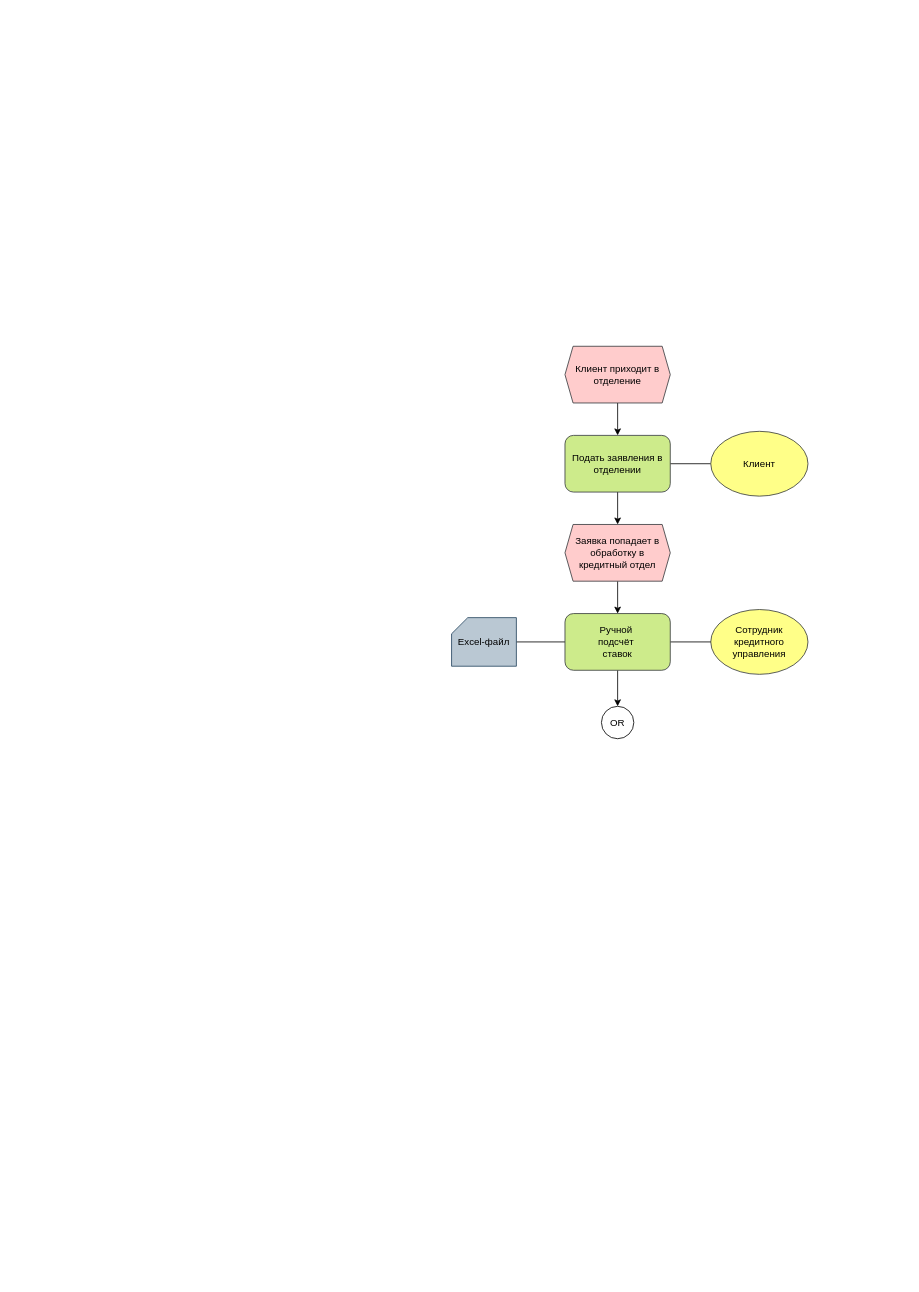
Above: page "Процесс депозита" (2 of 3) of it_land_map.drawio in MorKaragh/drawings (draw.io), before the change. Source tidied: cells renumbered, new cells numbered last; positions are measured from the earlier drawing's top-left corner, leaving out a move shared by most shapes. Both pictures are drawn from the tidied source at 81%, with x=0, y=0 at pixel (451, 346).
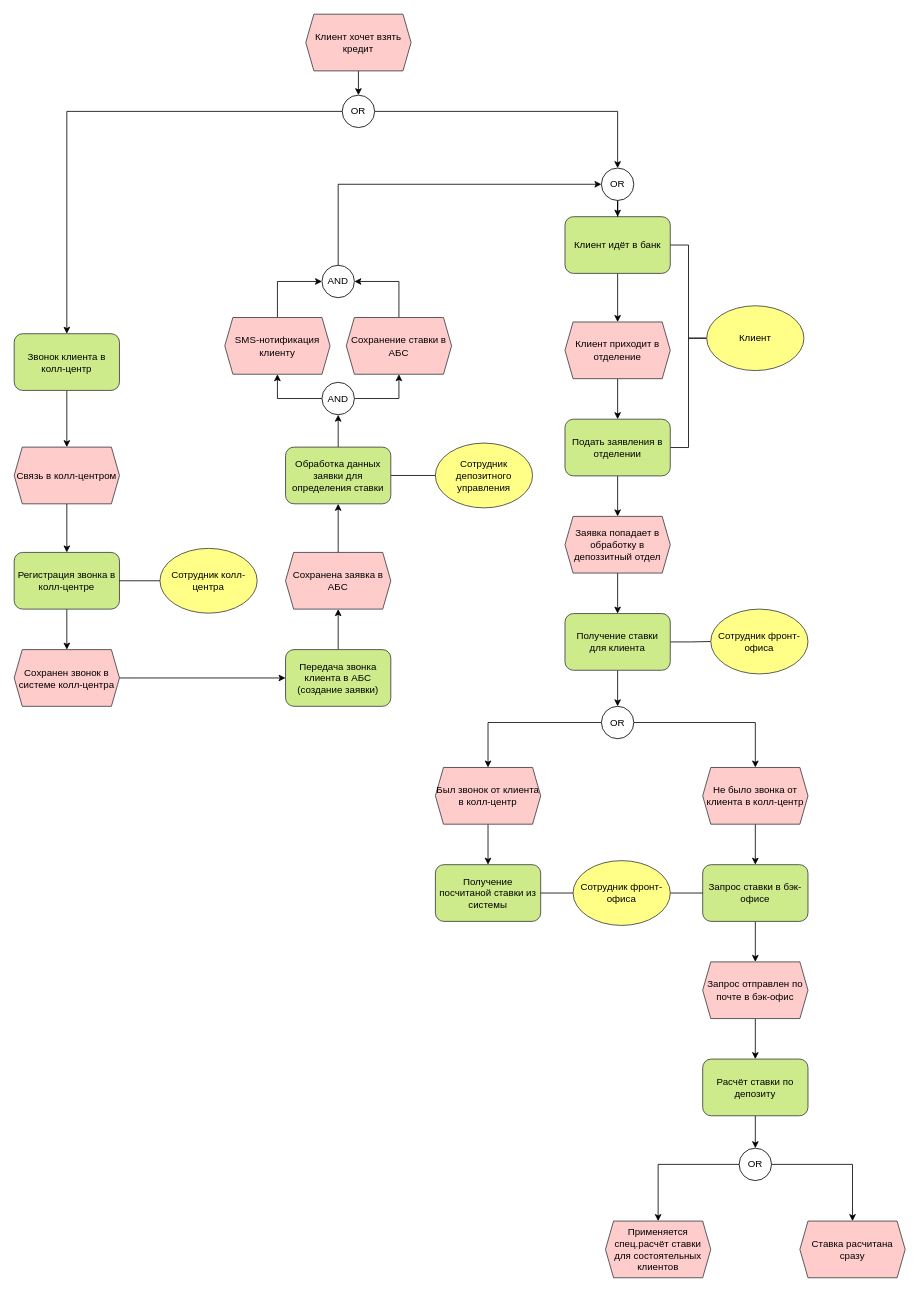
The same page after the edit.

The change refers to these unchanged cells:
```xml
<mxCell id="16" value="OR" style="ellipse;whiteSpace=wrap;html=1;" parent="1" vertex="1">
  <mxGeometry x="185" y="444.5" width="40" height="40" as="geometry" />
</mxCell>
```

Change to the diagram source:
```diff
@@
-    <mxCell id="3" style="edgeStyle=orthogonalEdgeStyle;rounded=0;jettySize=auto;html=1;endArrow=none;startFill=0;" parent="1" edge="1" source="4" target="5">
+    <mxCell id="3" style="edgeStyle=orthogonalEdgeStyle;rounded=0;jettySize=auto;html=1;endArrow=none;startFill=0;entryX=0;entryY=0.5;entryDx=0;entryDy=0;" parent="1" edge="1" source="4" target="5">
       <mxGeometry relative="1" as="geometry" />
     </mxCell>
     <mxCell id="4" value="Подать заявления в отделении" style="rounded=1;whiteSpace=wrap;html=1;fillColor=#cdeb8b;strokeColor=#36393d;" parent="1" vertex="1">
-      <mxGeometry x="140" y="110" width="130" height="70" as="geometry" />
+      <mxGeometry x="140" y="90" width="130" height="70" as="geometry" />
     </mxCell>
+    <mxCell id="17" style="edgeStyle=orthogonalEdgeStyle;rounded=0;jettySize=auto;html=1;exitX=0;exitY=0.5;exitDx=0;exitDy=0;entryX=1;entryY=0.5;entryDx=0;entryDy=0;endArrow=none;startFill=0;" parent="1" edge="1" source="5" target="33">
+      <mxGeometry relative="1" as="geometry" />
+    </mxCell>
     <mxCell id="5" value="Клиент" style="ellipse;whiteSpace=wrap;html=1;fillColor=#ffff88;strokeColor=#36393d;" parent="1" vertex="1">
-      <mxGeometry x="320" y="105" width="120" height="80" as="geometry" />
+      <mxGeometry x="315" y="-50" width="120" height="80" as="geometry" />
     </mxCell>
@@
     <mxCell id="7" value="Клиент приходит в отделение" style="shape=hexagon;perimeter=hexagonPerimeter2;whiteSpace=wrap;html=1;fixedSize=1;size=10;fillColor=#ffcccc;strokeColor=#36393d;" parent="1" vertex="1">
-      <mxGeometry x="140" width="130" height="70" as="geometry" />
+      <mxGeometry x="140" y="-30" width="130" height="70" as="geometry" />
     </mxCell>
-    <mxCell id="8" value="Сотрудник кредитного управления" style="ellipse;whiteSpace=wrap;html=1;fillColor=#ffff88;strokeColor=#36393d;" parent="1" vertex="1">
-      <mxGeometry x="320" y="325" width="120" height="80" as="geometry" />
+    <mxCell id="8" value="Сотрудник депозитного управления" style="ellipse;whiteSpace=wrap;html=1;fillColor=#ffff88;strokeColor=#36393d;" parent="1" vertex="1">
+      <mxGeometry x="-20" y="119.5" width="120" height="80" as="geometry" />
     </mxCell>
-    <mxCell id="9" style="edgeStyle=orthogonalEdgeStyle;rounded=0;jettySize=auto;html=1;" parent="1" edge="1" source="10" target="14">
+    <mxCell id="9" style="edgeStyle=orthogonalEdgeStyle;rounded=0;jettySize=auto;html=1;entryX=0.5;entryY=0;entryDx=0;entryDy=0;" parent="1" edge="1" source="10" target="14">
       <mxGeometry relative="1" as="geometry" />
     </mxCell>
-    <mxCell id="10" value="Заявка попадает в обработку в кредитный отдел" style="shape=hexagon;perimeter=hexagonPerimeter2;whiteSpace=wrap;html=1;fixedSize=1;size=10;fillColor=#ffcccc;strokeColor=#36393d;" parent="1" vertex="1">
-      <mxGeometry x="140" y="220" width="130" height="70" as="geometry" />
+    <mxCell id="10" value="Заявка попадает в обработку в депоззитный отдел" style="shape=hexagon;perimeter=hexagonPerimeter2;whiteSpace=wrap;html=1;fixedSize=1;size=10;fillColor=#ffcccc;strokeColor=#36393d;" parent="1" vertex="1">
+      <mxGeometry x="140" y="210" width="130" height="70" as="geometry" />
     </mxCell>
-    <mxCell id="11" style="edgeStyle=orthogonalEdgeStyle;rounded=0;jettySize=auto;html=1;exitX=1;exitY=0.5;exitDx=0;exitDy=0;entryX=0;entryY=0.5;entryDx=0;entryDy=0;endArrow=none;endFill=0;" parent="1" edge="1" source="14" target="8">
+    <mxCell id="11" style="edgeStyle=orthogonalEdgeStyle;rounded=0;jettySize=auto;html=1;entryX=0;entryY=0.5;entryDx=0;entryDy=0;endArrow=none;endFill=0;exitX=1;exitY=0.5;exitDx=0;exitDy=0;" parent="1" edge="1" source="48" target="8">
       <mxGeometry relative="1" as="geometry" />
     </mxCell>
-    <mxCell id="12" style="edgeStyle=orthogonalEdgeStyle;rounded=0;jettySize=auto;html=1;endArrow=none;startFill=0;entryX=1;entryY=0.5;entryDx=0;entryDy=0;entryPerimeter=0;" parent="1" edge="1" source="14" target="15">
-      <mxGeometry relative="1" as="geometry" />
-    </mxCell>
@@
+    <mxCell id="18" style="edgeStyle=orthogonalEdgeStyle;rounded=0;jettySize=auto;html=1;exitX=1;exitY=0.5;exitDx=0;exitDy=0;entryX=0;entryY=0.5;entryDx=0;entryDy=0;endArrow=none;startFill=0;" parent="1" edge="1" source="14" target="74">
+      <mxGeometry relative="1" as="geometry" />
+    </mxCell>
-    <mxCell id="14" value="Ручной&amp;nbsp;&lt;div&gt;подсчёт&amp;nbsp;&lt;div&gt;ставок&lt;/div&gt;&lt;/div&gt;" style="rounded=1;whiteSpace=wrap;html=1;fillColor=#cdeb8b;strokeColor=#36393d;" parent="1" vertex="1">
+    <mxCell id="14" value="Получение ставки&lt;div&gt;для клиента&lt;/div&gt;" style="rounded=1;whiteSpace=wrap;html=1;fillColor=#cdeb8b;strokeColor=#36393d;" parent="1" vertex="1">
       <mxGeometry x="140" y="330" width="130" height="70" as="geometry" />
     </mxCell>
-    <mxCell id="15" value="Excel-файл" style="shape=card;whiteSpace=wrap;html=1;size=20;strokeColor=#23445d;align=center;verticalAlign=middle;fontFamily=Helvetica;fontSize=12;fontColor=default;fillColor=#bac8d3;" parent="1" vertex="1">
-      <mxGeometry y="335" width="80" height="60" as="geometry" />
-    </mxCell>
+    <mxCell id="19" style="edgeStyle=orthogonalEdgeStyle;rounded=0;jettySize=auto;html=1;exitX=0;exitY=0.5;exitDx=0;exitDy=0;entryX=0.5;entryY=0;entryDx=0;entryDy=0;" parent="1" edge="1" source="16" target="22">
+      <mxGeometry relative="1" as="geometry" />
+    </mxCell>
+    <mxCell id="20" style="edgeStyle=orthogonalEdgeStyle;rounded=0;jettySize=auto;html=1;exitX=1;exitY=0.5;exitDx=0;exitDy=0;entryX=0.5;entryY=0;entryDx=0;entryDy=0;" parent="1" edge="1" source="16" target="24">
+      <mxGeometry relative="1" as="geometry" />
+    </mxCell>
@@
+    <mxCell id="21" style="edgeStyle=orthogonalEdgeStyle;rounded=0;jettySize=auto;html=1;exitX=0.5;exitY=1;exitDx=0;exitDy=0;entryX=0.5;entryY=0;entryDx=0;entryDy=0;" parent="1" edge="1" source="22" target="25">
+      <mxGeometry relative="1" as="geometry" />
+    </mxCell>
+    <mxCell id="22" value="Был звонок от клиента в колл-центр" style="shape=hexagon;perimeter=hexagonPerimeter2;whiteSpace=wrap;html=1;fixedSize=1;size=10;fillColor=#ffcccc;strokeColor=#36393d;" parent="1" vertex="1">
+      <mxGeometry x="-20" y="520" width="130" height="70" as="geometry" />
+    </mxCell>
+    <mxCell id="23" style="edgeStyle=orthogonalEdgeStyle;rounded=0;jettySize=auto;html=1;exitX=0.5;exitY=1;exitDx=0;exitDy=0;entryX=0.5;entryY=0;entryDx=0;entryDy=0;" parent="1" edge="1" source="24" target="27">
+      <mxGeometry relative="1" as="geometry" />
+    </mxCell>
+    <mxCell id="24" value="Не было звонка от клиента в колл-центр" style="shape=hexagon;perimeter=hexagonPerimeter2;whiteSpace=wrap;html=1;fixedSize=1;size=10;fillColor=#ffcccc;strokeColor=#36393d;" parent="1" vertex="1">
+      <mxGeometry x="310" y="520" width="130" height="70" as="geometry" />
+    </mxCell>
+    <mxCell id="25" value="Получение посчитаной ставки из системы" style="rounded=1;whiteSpace=wrap;html=1;fillColor=#cdeb8b;strokeColor=#36393d;" parent="1" vertex="1">
+      <mxGeometry x="-20" y="640" width="130" height="70" as="geometry" />
+    </mxCell>
+    <mxCell id="26" style="edgeStyle=orthogonalEdgeStyle;rounded=0;jettySize=auto;html=1;" parent="1" edge="1" source="27" target="63">
+      <mxGeometry relative="1" as="geometry" />
+    </mxCell>
+    <mxCell id="27" value="Запрос ставки в бэк-офисе" style="rounded=1;whiteSpace=wrap;html=1;fillColor=#cdeb8b;strokeColor=#36393d;" parent="1" vertex="1">
+      <mxGeometry x="310" y="640" width="130" height="70" as="geometry" />
+    </mxCell>
+    <mxCell id="28" style="edgeStyle=orthogonalEdgeStyle;rounded=0;jettySize=auto;html=1;exitX=0.5;exitY=1;exitDx=0;exitDy=0;entryX=0.5;entryY=0;entryDx=0;entryDy=0;" parent="1" edge="1" source="29" target="36">
+      <mxGeometry relative="1" as="geometry" />
+    </mxCell>
+    <mxCell id="29" value="Клиент хочет взять кредит" style="shape=hexagon;perimeter=hexagonPerimeter2;whiteSpace=wrap;html=1;fixedSize=1;size=10;fillColor=#ffcccc;strokeColor=#36393d;" parent="1" vertex="1">
+      <mxGeometry x="-180" y="-410" width="130" height="70" as="geometry" />
+    </mxCell>
+    <mxCell id="30" style="edgeStyle=orthogonalEdgeStyle;rounded=0;jettySize=auto;html=1;" parent="1" edge="1" source="31" target="38">
+      <mxGeometry relative="1" as="geometry" />
+    </mxCell>
+    <mxCell id="31" value="Звонок клиента в колл-центр" style="rounded=1;whiteSpace=wrap;html=1;fillColor=#cdeb8b;strokeColor=#36393d;" parent="1" vertex="1">
+      <mxGeometry x="-540" y="-15.5" width="130" height="70" as="geometry" />
+    </mxCell>
+    <mxCell id="32" style="edgeStyle=orthogonalEdgeStyle;rounded=0;jettySize=auto;html=1;exitX=0.5;exitY=1;exitDx=0;exitDy=0;" parent="1" edge="1" source="33" target="7">
+      <mxGeometry relative="1" as="geometry" />
+    </mxCell>
+    <mxCell id="33" value="Клиент идёт в банк" style="rounded=1;whiteSpace=wrap;html=1;fillColor=#cdeb8b;strokeColor=#36393d;" parent="1" vertex="1">
+      <mxGeometry x="140" y="-160" width="130" height="70" as="geometry" />
+    </mxCell>
+    <mxCell id="34" style="edgeStyle=orthogonalEdgeStyle;rounded=0;jettySize=auto;html=1;exitX=0;exitY=0.5;exitDx=0;exitDy=0;entryX=0.5;entryY=0;entryDx=0;entryDy=0;" parent="1" edge="1" source="36" target="31">
+      <mxGeometry relative="1" as="geometry" />
+    </mxCell>
+    <mxCell id="35" style="edgeStyle=orthogonalEdgeStyle;rounded=0;jettySize=auto;html=1;exitX=1;exitY=0.5;exitDx=0;exitDy=0;entryX=0.5;entryY=0;entryDx=0;entryDy=0;" parent="1" edge="1" source="36" target="44">
+      <mxGeometry relative="1" as="geometry" />
+    </mxCell>
+    <mxCell id="36" value="OR" style="ellipse;whiteSpace=wrap;html=1;" parent="1" vertex="1">
+      <mxGeometry x="-135" y="-310" width="40" height="40" as="geometry" />
+    </mxCell>
+    <mxCell id="37" style="edgeStyle=orthogonalEdgeStyle;rounded=0;jettySize=auto;html=1;" parent="1" edge="1" source="38" target="40">
+      <mxGeometry relative="1" as="geometry" />
+    </mxCell>
+    <mxCell id="38" value="Связь в колл-центром" style="shape=hexagon;perimeter=hexagonPerimeter2;whiteSpace=wrap;html=1;fixedSize=1;size=10;fillColor=#ffcccc;strokeColor=#36393d;" parent="1" vertex="1">
+      <mxGeometry x="-540" y="124.5" width="130" height="70" as="geometry" />
+    </mxCell>
+    <mxCell id="39" style="edgeStyle=orthogonalEdgeStyle;rounded=0;jettySize=auto;html=1;" parent="1" edge="1" source="40" target="42">
+      <mxGeometry relative="1" as="geometry" />
+    </mxCell>
+    <mxCell id="40" value="Регистрация звонка в колл-центре" style="rounded=1;whiteSpace=wrap;html=1;fillColor=#cdeb8b;strokeColor=#36393d;" parent="1" vertex="1">
+      <mxGeometry x="-540" y="254.5" width="130" height="70" as="geometry" />
+    </mxCell>
+    <mxCell id="41" style="edgeStyle=orthogonalEdgeStyle;rounded=0;jettySize=auto;html=1;" parent="1" edge="1" source="42" target="46">
+      <mxGeometry relative="1" as="geometry" />
+    </mxCell>
+    <mxCell id="42" value="Сохранен звонок в системе колл-центра" style="shape=hexagon;perimeter=hexagonPerimeter2;whiteSpace=wrap;html=1;fixedSize=1;size=10;fillColor=#ffcccc;strokeColor=#36393d;" parent="1" vertex="1">
+      <mxGeometry x="-540" y="374.5" width="130" height="70" as="geometry" />
+    </mxCell>
+    <mxCell id="43" style="edgeStyle=orthogonalEdgeStyle;rounded=0;jettySize=auto;html=1;" parent="1" edge="1" source="44" target="33">
+      <mxGeometry relative="1" as="geometry" />
+    </mxCell>
+    <mxCell id="44" value="OR" style="ellipse;whiteSpace=wrap;html=1;" parent="1" vertex="1">
+      <mxGeometry x="185" y="-220" width="40" height="40" as="geometry" />
+    </mxCell>
+    <mxCell id="45" style="edgeStyle=orthogonalEdgeStyle;rounded=0;jettySize=auto;html=1;" parent="1" edge="1" source="46" target="50">
+      <mxGeometry relative="1" as="geometry" />
+    </mxCell>
+    <mxCell id="46" value="Передача звонка клиента в АБС (создание заявки)" style="rounded=1;whiteSpace=wrap;html=1;fillColor=#cdeb8b;strokeColor=#36393d;" parent="1" vertex="1">
+      <mxGeometry x="-205" y="374.5" width="130" height="70" as="geometry" />
+    </mxCell>
+    <mxCell id="47" style="edgeStyle=orthogonalEdgeStyle;rounded=0;jettySize=auto;html=1;entryX=0.5;entryY=1;entryDx=0;entryDy=0;" parent="1" edge="1" source="48" target="58">
+      <mxGeometry relative="1" as="geometry" />
+    </mxCell>
+    <mxCell id="48" value="Обработка данных заявки для определения ставки" style="rounded=1;whiteSpace=wrap;html=1;fillColor=#cdeb8b;strokeColor=#36393d;" parent="1" vertex="1">
+      <mxGeometry x="-205" y="124.5" width="130" height="70" as="geometry" />
+    </mxCell>
+    <mxCell id="49" style="edgeStyle=orthogonalEdgeStyle;rounded=0;jettySize=auto;html=1;" parent="1" edge="1" source="50" target="48">
+      <mxGeometry relative="1" as="geometry" />
+    </mxCell>
+    <mxCell id="50" value="Сохранена заявка в АБС" style="shape=hexagon;perimeter=hexagonPerimeter2;whiteSpace=wrap;html=1;fixedSize=1;size=10;fillColor=#ffcccc;strokeColor=#36393d;" parent="1" vertex="1">
+      <mxGeometry x="-205" y="254.5" width="130" height="70" as="geometry" />
+    </mxCell>
+    <mxCell id="51" style="edgeStyle=orthogonalEdgeStyle;rounded=0;jettySize=auto;html=1;exitX=0.5;exitY=0;exitDx=0;exitDy=0;entryX=0;entryY=0.5;entryDx=0;entryDy=0;" parent="1" edge="1" source="59" target="44">
+      <mxGeometry relative="1" as="geometry" />
+    </mxCell>
+    <mxCell id="52" style="edgeStyle=orthogonalEdgeStyle;rounded=0;jettySize=auto;html=1;exitX=0.5;exitY=0;exitDx=0;exitDy=0;entryX=1;entryY=0.5;entryDx=0;entryDy=0;" parent="1" edge="1" source="53" target="59">
+      <mxGeometry relative="1" as="geometry" />
+    </mxCell>
+    <mxCell id="53" value="Сохранение ставки в АБС" style="shape=hexagon;perimeter=hexagonPerimeter2;whiteSpace=wrap;html=1;fixedSize=1;size=10;fillColor=#ffcccc;strokeColor=#36393d;" parent="1" vertex="1">
+      <mxGeometry x="-130" y="-35.5" width="130" height="70" as="geometry" />
+    </mxCell>
+    <mxCell id="54" style="edgeStyle=orthogonalEdgeStyle;rounded=0;jettySize=auto;html=1;exitX=0.5;exitY=0;exitDx=0;exitDy=0;entryX=0;entryY=0.5;entryDx=0;entryDy=0;" parent="1" edge="1" source="55" target="59">
+      <mxGeometry relative="1" as="geometry" />
+    </mxCell>
+    <mxCell id="55" value="SMS-нотификация&lt;div&gt;клиенту&lt;/div&gt;" style="shape=hexagon;perimeter=hexagonPerimeter2;whiteSpace=wrap;html=1;fixedSize=1;size=10;fillColor=#ffcccc;strokeColor=#36393d;" parent="1" vertex="1">
+      <mxGeometry x="-280" y="-35.5" width="130" height="70" as="geometry" />
+    </mxCell>
+    <mxCell id="56" style="edgeStyle=orthogonalEdgeStyle;rounded=0;jettySize=auto;html=1;exitX=0;exitY=0.5;exitDx=0;exitDy=0;entryX=0.5;entryY=1;entryDx=0;entryDy=0;" parent="1" edge="1" source="58" target="55">
+      <mxGeometry relative="1" as="geometry" />
+    </mxCell>
+    <mxCell id="57" style="edgeStyle=orthogonalEdgeStyle;rounded=0;jettySize=auto;html=1;exitX=1;exitY=0.5;exitDx=0;exitDy=0;entryX=0.5;entryY=1;entryDx=0;entryDy=0;" parent="1" edge="1" source="58" target="53">
+      <mxGeometry relative="1" as="geometry" />
+    </mxCell>
+    <mxCell id="58" value="AND" style="ellipse;whiteSpace=wrap;html=1;" parent="1" vertex="1">
+      <mxGeometry x="-160" y="44.5" width="40" height="40" as="geometry" />
+    </mxCell>
+    <mxCell id="59" value="AND" style="ellipse;whiteSpace=wrap;html=1;" parent="1" vertex="1">
+      <mxGeometry x="-160" y="-100" width="40" height="40" as="geometry" />
+    </mxCell>
+    <mxCell id="60" style="edgeStyle=orthogonalEdgeStyle;rounded=0;jettySize=auto;html=1;exitX=0;exitY=0.5;exitDx=0;exitDy=0;entryX=1;entryY=0.5;entryDx=0;entryDy=0;endArrow=none;startFill=0;" parent="1" edge="1" source="61" target="40">
+      <mxGeometry relative="1" as="geometry" />
+    </mxCell>
+    <mxCell id="61" value="Сотрудник колл-центра" style="ellipse;whiteSpace=wrap;html=1;fillColor=#ffff88;strokeColor=#36393d;" parent="1" vertex="1">
+      <mxGeometry x="-360" y="249.5" width="120" height="80" as="geometry" />
+    </mxCell>
+    <mxCell id="62" style="edgeStyle=orthogonalEdgeStyle;rounded=0;jettySize=auto;html=1;" parent="1" edge="1" source="63" target="65">
+      <mxGeometry relative="1" as="geometry" />
+    </mxCell>
+    <mxCell id="63" value="Запрос отправлен по почте в бэк-офис" style="shape=hexagon;perimeter=hexagonPerimeter2;whiteSpace=wrap;html=1;fixedSize=1;size=10;fillColor=#ffcccc;strokeColor=#36393d;" parent="1" vertex="1">
+      <mxGeometry x="310" y="760" width="130" height="70" as="geometry" />
+    </mxCell>
+    <mxCell id="64" style="edgeStyle=orthogonalEdgeStyle;rounded=0;jettySize=auto;html=1;" parent="1" edge="1" source="65" target="72">
+      <mxGeometry relative="1" as="geometry" />
+    </mxCell>
+    <mxCell id="65" value="Расчёт ставки по депозиту" style="rounded=1;whiteSpace=wrap;html=1;fillColor=#cdeb8b;strokeColor=#36393d;" parent="1" vertex="1">
+      <mxGeometry x="310" y="880" width="130" height="70" as="geometry" />
+    </mxCell>
+    <mxCell id="66" style="edgeStyle=orthogonalEdgeStyle;rounded=0;jettySize=auto;html=1;exitX=0;exitY=0.5;exitDx=0;exitDy=0;entryX=1;entryY=0.5;entryDx=0;entryDy=0;endArrow=none;startFill=0;" parent="1" edge="1" source="68" target="25">
+      <mxGeometry relative="1" as="geometry" />
+    </mxCell>
+    <mxCell id="67" style="edgeStyle=orthogonalEdgeStyle;rounded=0;jettySize=auto;html=1;endArrow=none;startFill=0;" parent="1" edge="1" source="68" target="27">
+      <mxGeometry relative="1" as="geometry" />
+    </mxCell>
+    <mxCell id="68" value="Сотрудник фронт-офиса" style="ellipse;whiteSpace=wrap;html=1;fillColor=#ffff88;strokeColor=#36393d;" parent="1" vertex="1">
+      <mxGeometry x="150" y="635" width="120" height="80" as="geometry" />
+    </mxCell>
+    <mxCell id="69" value="Ставка расчитана&lt;div&gt;сразу&lt;/div&gt;" style="shape=hexagon;perimeter=hexagonPerimeter2;whiteSpace=wrap;html=1;fixedSize=1;size=10;fillColor=#ffcccc;strokeColor=#36393d;" parent="1" vertex="1">
+      <mxGeometry x="430" y="1080" width="130" height="70" as="geometry" />
+    </mxCell>
+    <mxCell id="70" style="edgeStyle=orthogonalEdgeStyle;rounded=0;jettySize=auto;html=1;exitX=0;exitY=0.5;exitDx=0;exitDy=0;" parent="1" edge="1" source="72" target="73">
+      <mxGeometry relative="1" as="geometry" />
+    </mxCell>
+    <mxCell id="71" style="edgeStyle=orthogonalEdgeStyle;rounded=0;jettySize=auto;html=1;exitX=1;exitY=0.5;exitDx=0;exitDy=0;entryX=0.5;entryY=0;entryDx=0;entryDy=0;" parent="1" edge="1" source="72" target="69">
+      <mxGeometry relative="1" as="geometry" />
+    </mxCell>
+    <mxCell id="72" value="OR" style="ellipse;whiteSpace=wrap;html=1;" parent="1" vertex="1">
+      <mxGeometry x="355" y="990" width="40" height="40" as="geometry" />
+    </mxCell>
+    <mxCell id="73" value="Применяется спец.расчёт ставки для состоятельных клиентов" style="shape=hexagon;perimeter=hexagonPerimeter2;whiteSpace=wrap;html=1;fixedSize=1;size=10;fillColor=#ffcccc;strokeColor=#36393d;" parent="1" vertex="1">
+      <mxGeometry x="190" y="1080" width="130" height="70" as="geometry" />
+    </mxCell>
+    <mxCell id="74" value="Сотрудник фронт-офиса" style="ellipse;whiteSpace=wrap;html=1;fillColor=#ffff88;strokeColor=#36393d;" parent="1" vertex="1">
+      <mxGeometry x="320" y="324.5" width="120" height="80" as="geometry" />
+    </mxCell>
```
